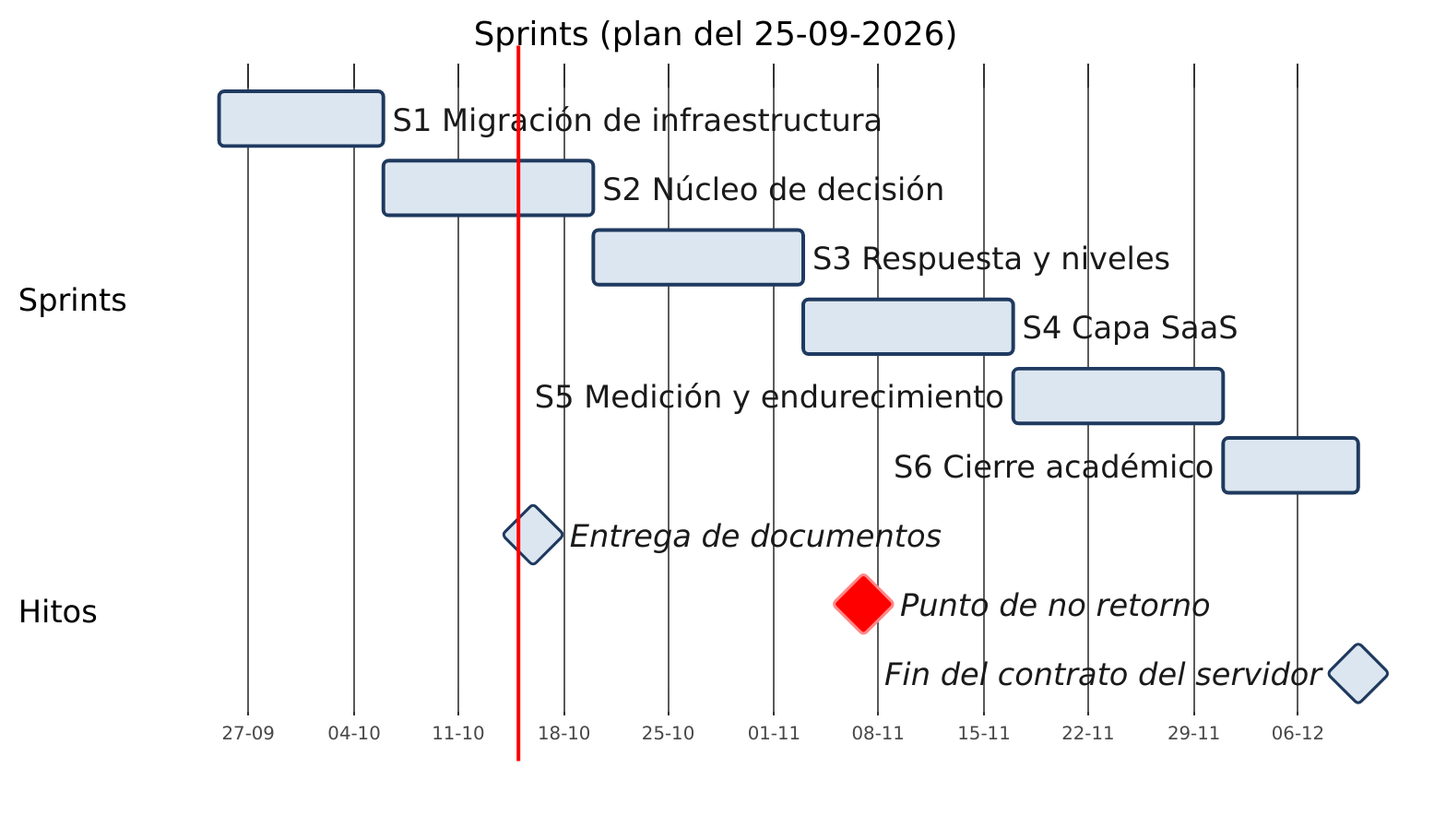
soaria186/kronos-ai keeps this Mermaid diagram as docs/diagramas/04_cronograma.png. Above is the earlier version. Its source is kept beside it as docs/diagramas/04_cronograma.mmd. Source of this version:
```mermaid
---
config:
  gantt:
    fontSize: 17
    sectionFontSize: 17
    barHeight: 30
    barGap: 8
    leftPadding: 120
    rightPadding: 40
  themeVariables:
    fontSize: 17px
---
gantt
    title Sprints (plan del 25-09-2026)
    dateFormat YYYY-MM-DD
    axisFormat %d-%m
    section Sprints
    S1 Migración de infraestructura   :s1, 2026-09-25, 2026-10-06
    S2 Núcleo de decisión             :s2, 2026-10-06, 2026-10-20
    S3 Respuesta y niveles            :s3, 2026-10-20, 2026-11-03
    S4 Capa SaaS                      :s4, 2026-11-03, 2026-11-17
    S5 Medición y endurecimiento      :s5, 2026-11-17, 2026-12-01
    S6 Cierre académico               :s6, 2026-12-01, 2026-12-10
    section Hitos
    Entrega de documentos             :milestone, m1, 2026-10-16, 0d
    Punto de no retorno               :crit, milestone, m2, 2026-11-07, 0d
    Fin del contrato del servidor     :milestone, m3, 2026-12-10, 0d
```
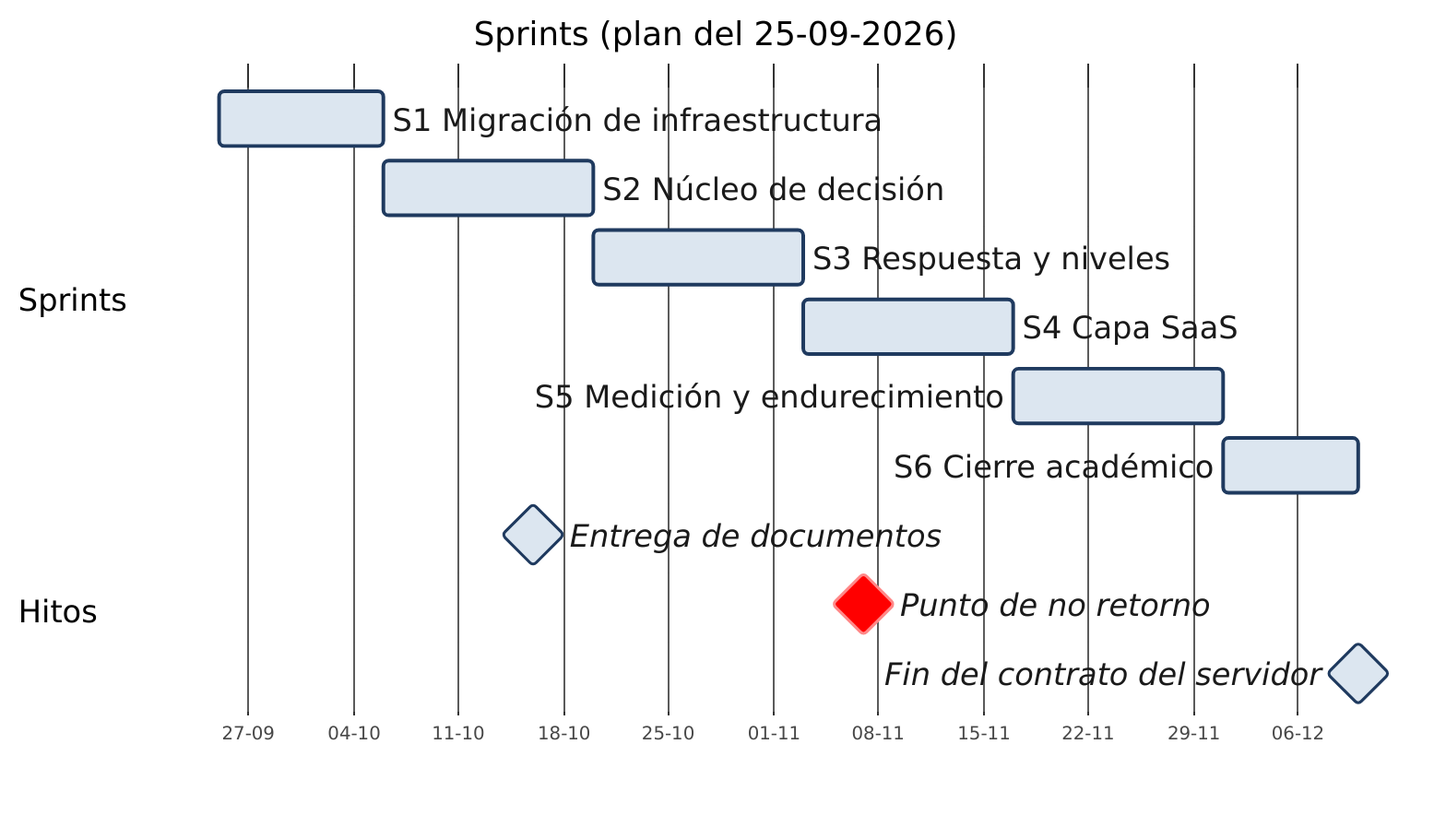
The same file after the commit.

What changed in the source:
```diff
@@ -13,6 +13,7 @@
 gantt
     title Sprints (plan del 25-09-2026)
     dateFormat YYYY-MM-DD
+    todayMarker off
     axisFormat %d-%m
     section Sprints
     S1 Migración de infraestructura   :s1, 2026-09-25, 2026-10-06
```
